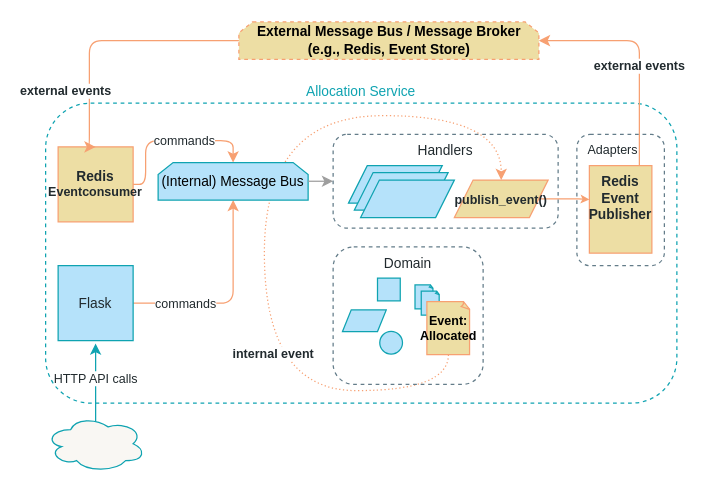
Above: page "Chapter 11" (8 of 11) of maps.drawio in cosmicpython/book (draw.io), before the change. Source tidied: cells renumbered, new cells numbered last; positions are measured from the earlier drawing's top-left corner, leaving out a move shared by most shapes. Both pictures are drawn from the tidied source at 125%, with x=0, y=0 at pixel (45, 21).
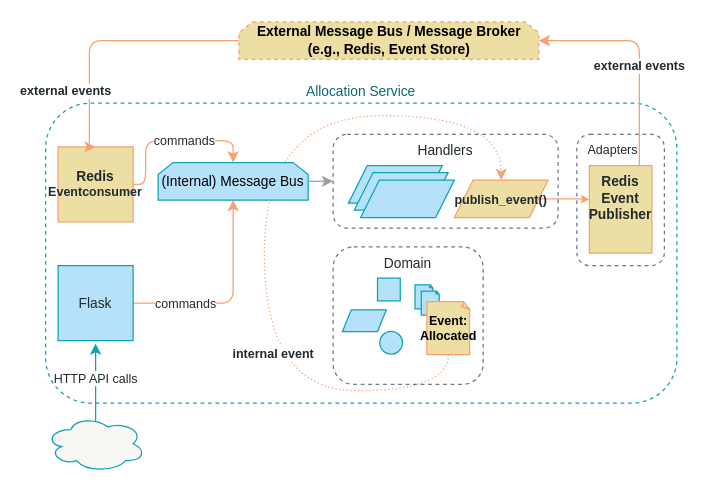
After the change.

Diff of the diagram source:
```diff
@@
-    <mxCell id="2" value="Allocation Service" style="rounded=1;whiteSpace=wrap;html=1;shadow=0;dashed=1;fontFamily=Guardian Sans Cond Light;fontSize=11;fontColor=#0FA3B1;align=center;strokeColor=#0FA3B1;gradientColor=#ffffff;fillColor=none;labelPosition=center;verticalLabelPosition=top;verticalAlign=bottom;" parent="1" vertex="1">
+    <mxCell id="2" value="Allocation Service" style="rounded=1;whiteSpace=wrap;html=1;shadow=0;dashed=1;fontFamily=Guardian Sans Cond Light;fontSize=11;fontColor=#0A6A73;align=center;strokeColor=#0FA3B1;gradientColor=#ffffff;fillColor=none;labelPosition=center;verticalLabelPosition=top;verticalAlign=bottom;" parent="1" vertex="1">
       <mxGeometry y="65" width="505" height="240" as="geometry" />
     </mxCell>
```
